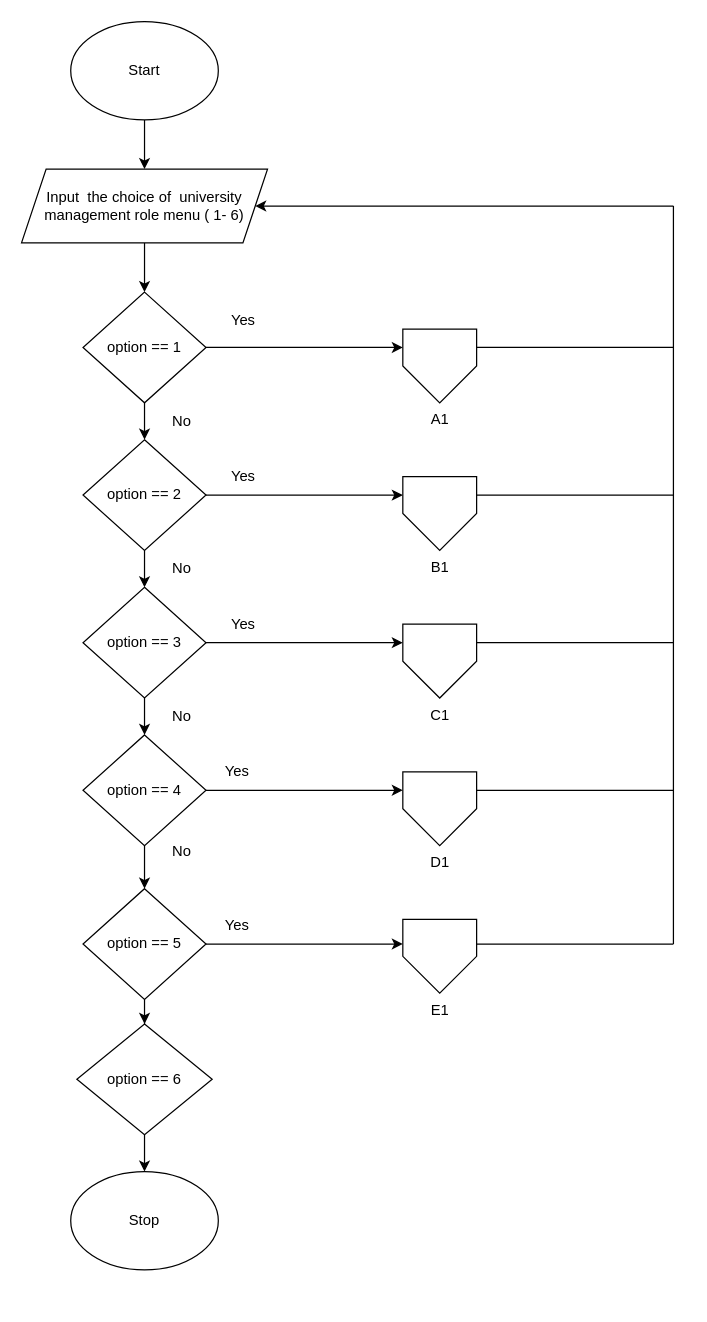
This is Flowchart/Assignment Flowchart.drawio from richmonddeanlim/Group-Assignment---Python, a draw.io file, before an edit. Source tidied: cells renumbered, new cells numbered last; positions are measured from the earlier drawing's top-left corner, leaving out a move shared by most shapes. Both pictures are drawn from the tidied source at 123%, with x=0, y=0 at pixel (21, 21).
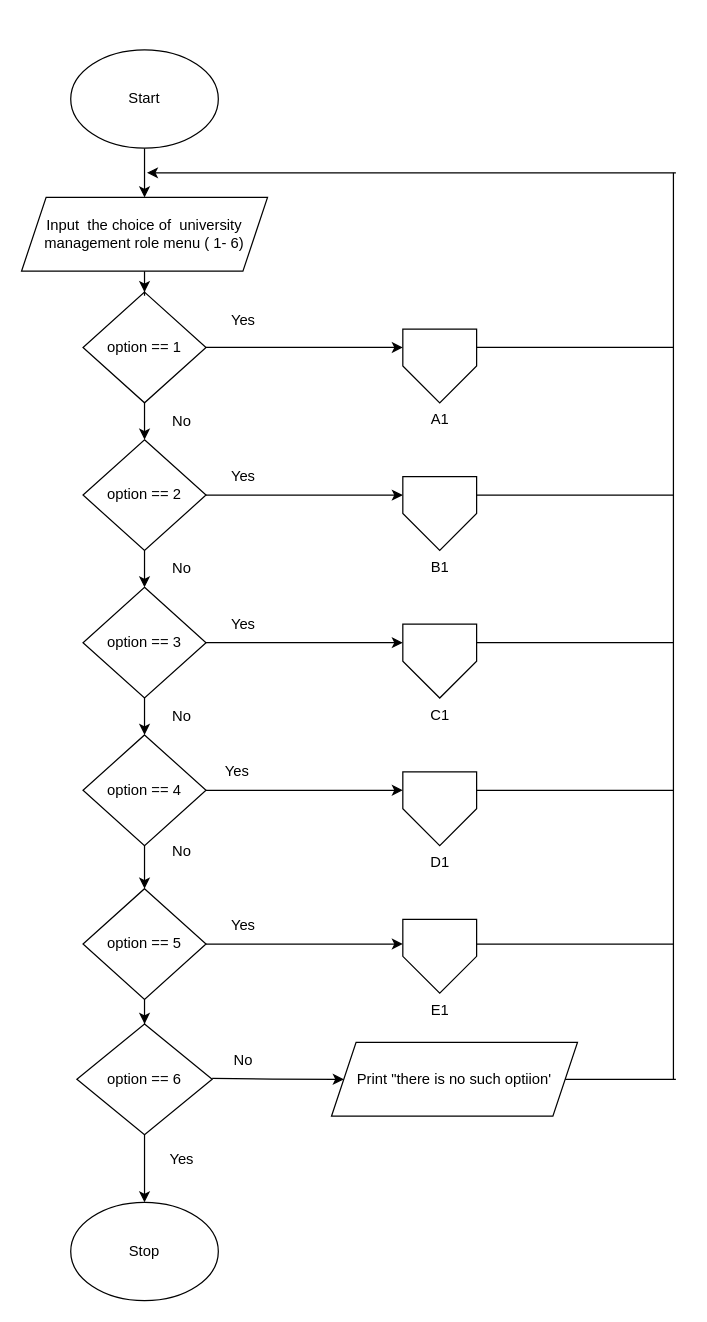
Above is the later version.

Change to the diagram source:
```diff
@@
     <mxCell id="3" value="Start" style="ellipse;whiteSpace=wrap;html=1;" parent="1" vertex="1">
-      <mxGeometry x="40" width="120" height="80" as="geometry" />
+      <mxGeometry x="40" y="23" width="120" height="80" as="geometry" />
     </mxCell>
@@
     <mxCell id="8" value="Input&amp;nbsp; the choice of&amp;nbsp; university management role menu ( 1- 6)" style="shape=parallelogram;perimeter=parallelogramPerimeter;whiteSpace=wrap;html=1;fixedSize=1;" parent="1" vertex="1">
-      <mxGeometry y="120" width="200" height="60" as="geometry" />
+      <mxGeometry y="143" width="200" height="60" as="geometry" />
     </mxCell>
@@
     <mxCell id="23" value="Stop" style="ellipse;whiteSpace=wrap;html=1;" parent="1" vertex="1">
-      <mxGeometry x="40" y="935" width="120" height="80" as="geometry" />
+      <mxGeometry x="40" y="960" width="120" height="80" as="geometry" />
     </mxCell>
@@
     <mxCell id="29" value="Yes" style="text;html=1;align=center;verticalAlign=middle;strokeColor=none;fillColor=none;" parent="1" vertex="1">
-      <mxGeometry x="155" y="720" width="40" height="30" as="geometry" />
+      <mxGeometry x="160" y="720" width="40" height="30" as="geometry" />
     </mxCell>
@@
-    <mxCell id="33" style="endArrow=classic;html=1;rounded=0;entryX=1;entryY=0.5;entryDx=0;entryDy=0;" parent="1" edge="1" target="8">
+    <mxCell id="33" style="endArrow=classic;html=1;rounded=0;entryX=1;entryY=0.5;entryDx=0;entryDy=0;" parent="1" edge="1">
       <mxGeometry relative="1" as="geometry">
-        <mxPoint x="530" y="150" as="sourcePoint" />
+        <mxPoint x="532" y="123" as="sourcePoint" />
+        <mxPoint x="102" y="123" as="targetPoint" />
       </mxGeometry>
     </mxCell>
     <mxCell id="34" style="endArrow=none;html=1;rounded=0;" parent="1" edge="1">
       <mxGeometry relative="1" as="geometry">
-        <mxPoint x="530" y="750" as="sourcePoint" />
-        <mxPoint x="530" y="150" as="targetPoint" />
+        <mxPoint x="530" y="860" as="sourcePoint" />
+        <mxPoint x="530" y="123" as="targetPoint" />
       </mxGeometry>
     </mxCell>
@@
+    <mxCell id="45" value="Yes" style="text;html=1;align=center;verticalAlign=middle;strokeColor=none;fillColor=none;" parent="1" vertex="1">
+      <mxGeometry x="110" y="910" width="40" height="30" as="geometry" />
+    </mxCell>
+    <mxCell id="46" style="edgeStyle=orthogonalEdgeStyle;rounded=0;jettySize=auto;html=1;" parent="1" edge="1" target="47">
+      <mxGeometry relative="1" as="geometry">
+        <mxPoint x="155" y="859.3" as="sourcePoint" />
+      </mxGeometry>
+    </mxCell>
+    <mxCell id="47" value="Print &quot;there is no such optiion'" style="shape=parallelogram;perimeter=parallelogramPerimeter;whiteSpace=wrap;html=1;fixedSize=1;" parent="1" vertex="1">
+      <mxGeometry x="252" y="830" width="200" height="60" as="geometry" />
+    </mxCell>
+    <mxCell id="48" style="endArrow=none;html=1;rounded=0;exitX=1;exitY=0.5;exitDx=0;exitDy=0;" parent="1" edge="1" source="47">
+      <mxGeometry relative="1" as="geometry">
+        <mxPoint x="532" y="860" as="targetPoint" />
+      </mxGeometry>
+    </mxCell>
+    <mxCell id="49" value="No" style="text;html=1;align=center;verticalAlign=middle;strokeColor=none;fillColor=none;" parent="1" vertex="1">
+      <mxGeometry x="160" y="830" width="40" height="30" as="geometry" />
+    </mxCell>
```
